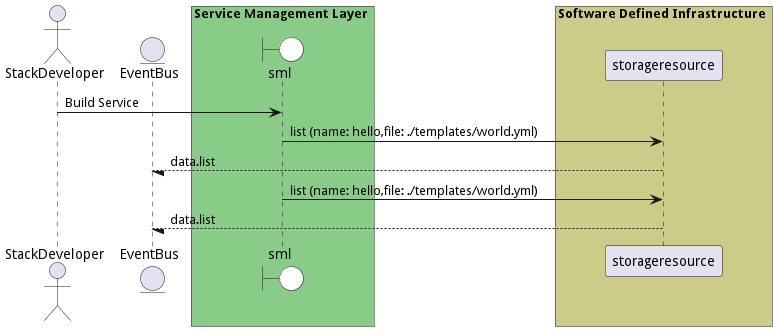
madajaju/edgemere keeps this PlantUML diagram as docs/edgemere/sml/usecases/manageservices/BuildService.png. Above is the earlier version.
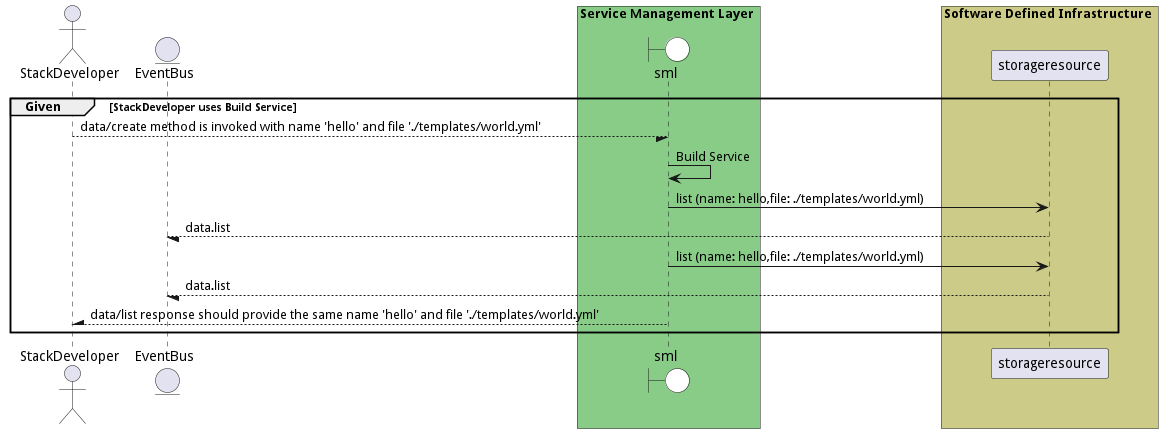
Above is the later version.

The edit, as a diff of the source:
```diff
@@ -1,4 +1,5 @@
 @startuml
+
 
 actor "StackDeveloper"
 
@@ -14,8 +15,10 @@
             participant storageresource
     end box
 
+group Given [StackDeveloper uses Build Service]
 
-"StackDeveloper" -> sml: Build Service
+"StackDeveloper" --/ sml: data/create method is invoked with name &#39;hello&#39; and file &#39;./templates/world.yml&#39;
+"sml" -> sml: Build Service
 
     sml -> "storageresource": list (name: hello,file: ./templates/world.yml)
 
@@ -27,4 +30,9 @@
 
 
 
+"StackDeveloper" /-- sml: data/list response should provide the same name &#39;hello&#39; and file &#39;./templates/world.yml&#39;
+
+
+end
+
 @enduml
```
